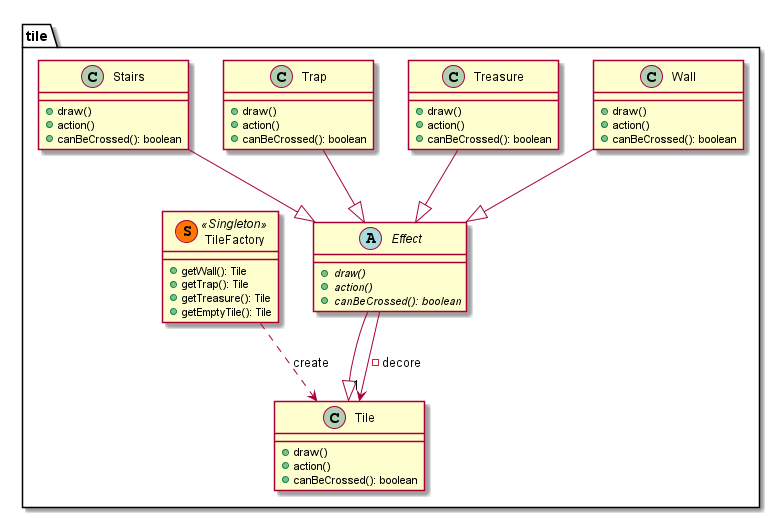
This is doc/second_sprint/diagrams/class/tiles.png from Reynault/ACL_2019_Zelpop, a PlantUML export, as it was before one commit.
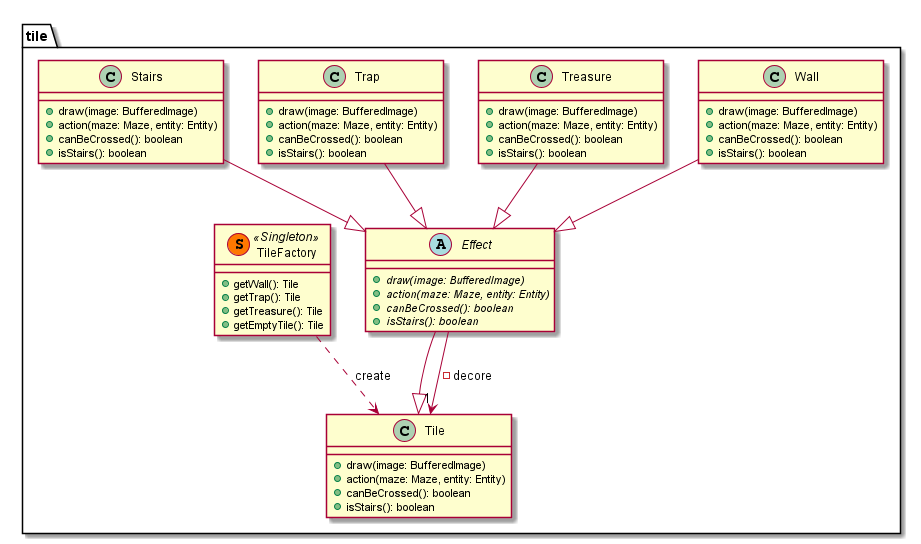
After the change.

What changed in the source:
```diff
@@ -2,39 +2,45 @@
 package tile{
 
     class Tile{
-        + draw()
-        + action()
+        + draw(image: BufferedImage)
+        + action(maze: Maze, entity: Entity)
         + canBeCrossed(): boolean
+        + isStairs(): boolean
     }
 
     class Wall{
-        + draw()
-        + action()
+        + draw(image: BufferedImage)
+        + action(maze: Maze, entity: Entity)
         + canBeCrossed(): boolean
+        + isStairs(): boolean
     }
 
     class Treasure{
-        + draw()
-        + action()
+        + draw(image: BufferedImage)
+        + action(maze: Maze, entity: Entity)
         + canBeCrossed(): boolean
+        + isStairs(): boolean
     }
 
     class Trap{
-        + draw()
-        + action()
+        + draw(image: BufferedImage)
+        + action(maze: Maze, entity: Entity)
         + canBeCrossed(): boolean
+        + isStairs(): boolean
     }
 
     abstract Effect{
-        + {abstract} draw()
-        + {abstract} action()
+        + {abstract} draw(image: BufferedImage)
+        + {abstract} action(maze: Maze, entity: Entity)
         + {abstract} canBeCrossed(): boolean
+        + {abstract} isStairs(): boolean
     }
 
     class Stairs{
-        + draw()
-        + action()
+        + draw(image: BufferedImage)
+        + action(maze: Maze, entity: Entity)
         + canBeCrossed(): boolean
+        + isStairs(): boolean
     }
 
     class TileFactory << (S,#FF7700) Singleton >>{
```
